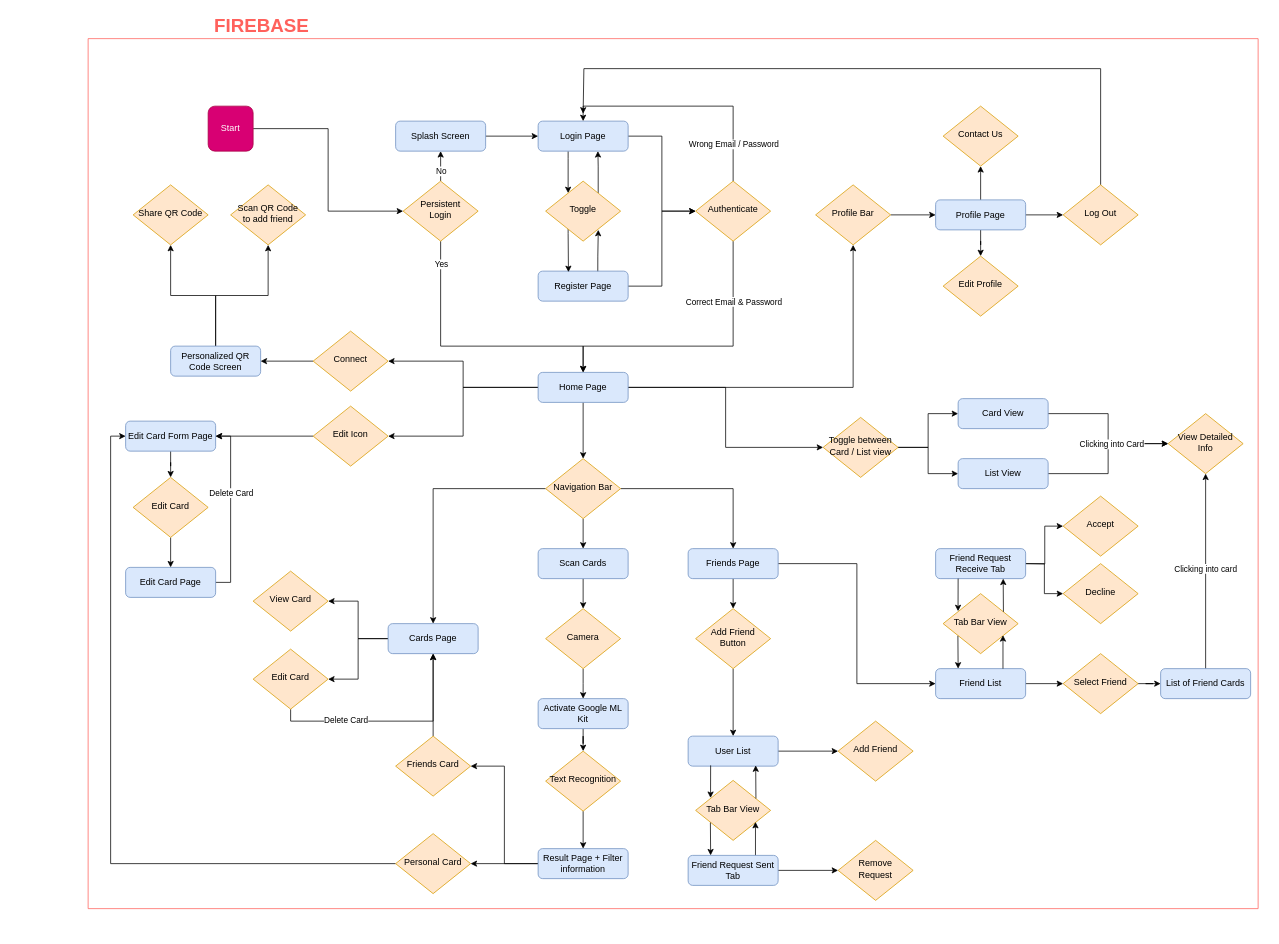
This is Untitled Diagram.drawio from glennquah/ConnectCard, a draw.io file, before an edit. Source tidied: cells renumbered, new cells numbered last; positions are measured from the earlier drawing's top-left corner, leaving out a move shared by most shapes. Both pictures are drawn from the tidied source at 75%, with x=0, y=0 at pixel (88, 38).
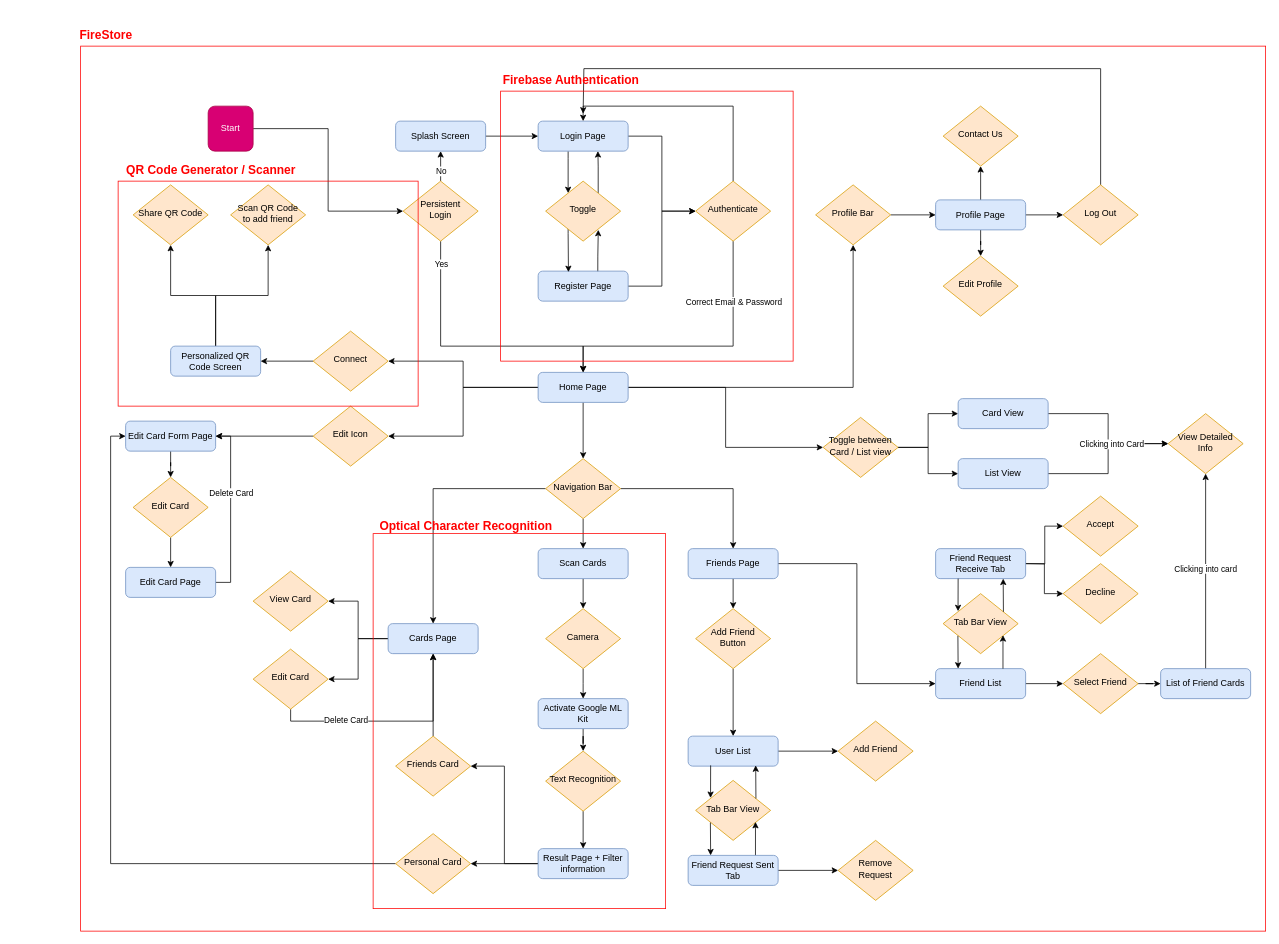
Above is the later version.

Unchanged cells that the change refers to:
```xml
<mxCell id="28" style="edgeStyle=orthogonalEdgeStyle;rounded=0;jettySize=auto;html=1;entryX=0.5;entryY=0;entryDx=0;entryDy=0;" parent="1" edge="1" source="30" target="4">
  <mxGeometry relative="1" as="geometry">
    <Array as="points">
      <mxPoint x="860" y="90" />
      <mxPoint x="660" y="90" />
    </Array>
  </mxGeometry>
</mxCell>
```

The edit, as a diff of the source:
```diff
@@
+    <mxCell id="131" style="rounded=0;whiteSpace=wrap;html=1;fillColor=none;strokeColor=#FF0000;" parent="1" vertex="1">
+      <mxGeometry x="-10" y="10" width="1580" height="1180" as="geometry" />
+    </mxCell>
@@
-    <mxCell id="29" value="Wrong Email / Password" style="edgeLabel;html=1;align=center;verticalAlign=middle;" parent="28" vertex="1">
-      <mxGeometry x="-0.04" y="-2" relative="1" as="geometry">
-        <mxPoint x="54" y="52" as="offset" />
-      </mxGeometry>
-    </mxCell>
@@
-    <mxCell id="69" style="endArrow=none;html=1;rounded=0;strokeColor=#FF615C;" parent="1" edge="1">
-      <mxGeometry relative="1" as="geometry">
-        <mxPoint as="sourcePoint" />
-        <mxPoint y="1160" as="targetPoint" />
-      </mxGeometry>
-    </mxCell>
-    <mxCell id="70" style="endArrow=none;html=1;rounded=0;strokeColor=#FF615C;" parent="1" edge="1">
-      <mxGeometry relative="1" as="geometry">
-        <mxPoint as="sourcePoint" />
-        <mxPoint x="1560" as="targetPoint" />
-      </mxGeometry>
-    </mxCell>
-    <mxCell id="71" value="&lt;font style=&quot;font-size: 25px;&quot;&gt;FIREBASE&lt;/font&gt;" style="edgeLabel;html=1;align=center;verticalAlign=middle;fontStyle=1;fontColor=#FF615C;" parent="70" vertex="1">
-      <mxGeometry x="-0.5" y="-1" relative="1" as="geometry">
-        <mxPoint x="-160" y="-21" as="offset" />
-      </mxGeometry>
-    </mxCell>
@@
-    <mxCell id="122" style="endArrow=none;html=1;rounded=0;strokeColor=#FF615C;" parent="1" edge="1">
-      <mxGeometry relative="1" as="geometry">
-        <mxPoint x="1560" as="sourcePoint" />
-        <mxPoint x="1560" y="1160" as="targetPoint" />
-      </mxGeometry>
-    </mxCell>
-    <mxCell id="123" style="endArrow=none;html=1;rounded=0;strokeColor=#FF615C;" parent="1" edge="1">
-      <mxGeometry relative="1" as="geometry">
-        <mxPoint y="1160" as="sourcePoint" />
-        <mxPoint x="1560" y="1160" as="targetPoint" />
-      </mxGeometry>
-    </mxCell>
@@
+    <mxCell id="132" style="rounded=0;whiteSpace=wrap;html=1;fillColor=none;strokeColor=#FF0000;" parent="1" vertex="1">
+      <mxGeometry x="40" y="190" width="400" height="300" as="geometry" />
+    </mxCell>
+    <mxCell id="133" value="&lt;font style=&quot;font-size: 16px;&quot; color=&quot;#ff0000&quot;&gt;QR Code Generator / Scanner&lt;/font&gt;" style="text;html=1;strokeColor=none;fillColor=none;align=center;verticalAlign=middle;whiteSpace=wrap;rounded=0;fontStyle=1;" parent="1" vertex="1">
+      <mxGeometry x="40" y="160" width="248" height="30" as="geometry" />
+    </mxCell>
+    <mxCell id="134" style="rounded=0;whiteSpace=wrap;html=1;fillColor=none;strokeColor=#FF0000;" parent="1" vertex="1">
+      <mxGeometry x="380" y="660" width="390" height="500" as="geometry" />
+    </mxCell>
+    <mxCell id="135" value="&lt;font style=&quot;font-size: 16px;&quot; color=&quot;#ff0000&quot;&gt;Optical Character Recognition&lt;/font&gt;" style="text;html=1;strokeColor=none;fillColor=none;align=center;verticalAlign=middle;whiteSpace=wrap;rounded=0;fontStyle=1;" parent="1" vertex="1">
+      <mxGeometry x="380" y="635" width="248" height="30" as="geometry" />
+    </mxCell>
+    <mxCell id="136" value="&lt;font color=&quot;#ff0000&quot;&gt;&lt;span style=&quot;font-size: 16px;&quot;&gt;Firebase Authentication&lt;/span&gt;&lt;/font&gt;" style="text;html=1;strokeColor=none;fillColor=none;align=center;verticalAlign=middle;whiteSpace=wrap;rounded=0;fontStyle=1;" parent="1" vertex="1">
+      <mxGeometry x="520" y="40" width="248" height="30" as="geometry" />
+    </mxCell>
+    <mxCell id="137" style="rounded=0;whiteSpace=wrap;html=1;fillColor=none;strokeColor=#FF0000;" parent="1" vertex="1">
+      <mxGeometry x="550" y="70" width="390" height="360" as="geometry" />
+    </mxCell>
+    <mxCell id="138" value="&lt;font style=&quot;font-size: 16px;&quot; color=&quot;#ff0000&quot;&gt;FireStore&lt;/font&gt;" style="text;html=1;strokeColor=none;fillColor=none;align=center;verticalAlign=middle;whiteSpace=wrap;rounded=0;fontStyle=1;" parent="1" vertex="1">
+      <mxGeometry x="-100" y="-20" width="248" height="30" as="geometry" />
+    </mxCell>
```
